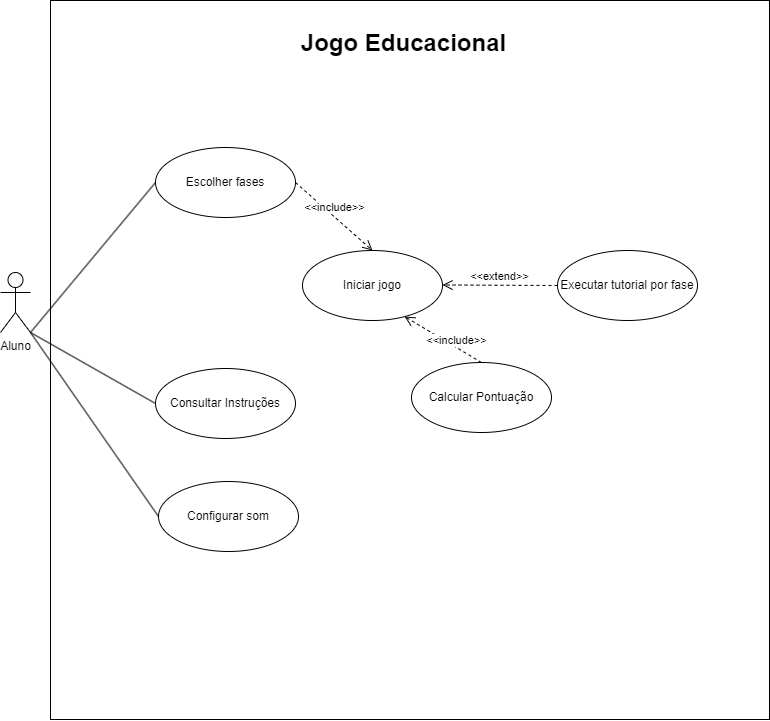
BrendaGarcez/Lixo-no-Lixo keeps this draw.io diagram as JOGOES.drawio.png. Above is the earlier version. Source tidied: cells renumbered, new cells last; positions are measured from the earlier drawing's top-left corner, leaving out a move shared by most shapes.
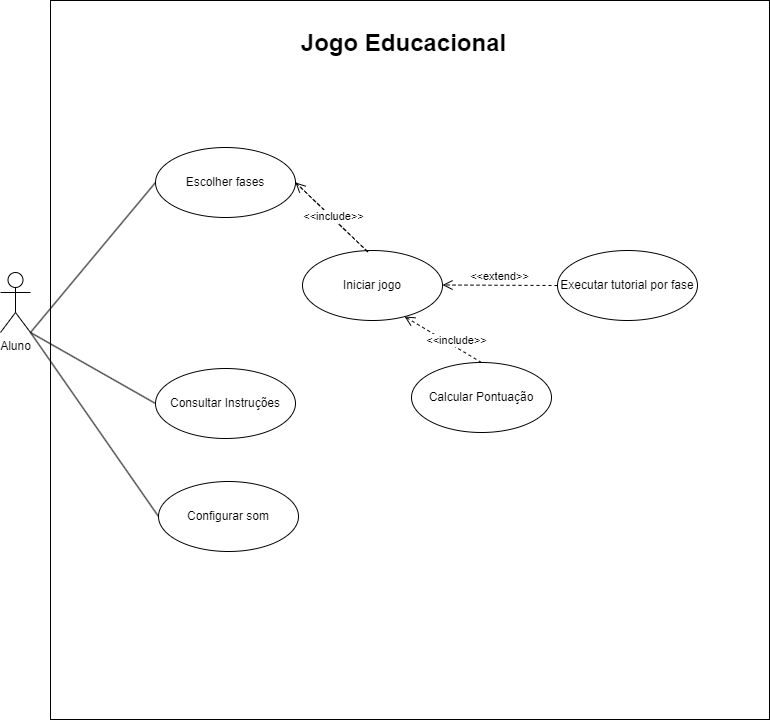
The same diagram one commit later.

The edit, as a diff of the source:
```diff
@@ -29,8 +29,13 @@
     <mxCell id="9" value="Executar tutorial por fase" style="ellipse;whiteSpace=wrap;html=1;" parent="1" vertex="1">
       <mxGeometry x="557" y="250" width="140" height="70" as="geometry" />
     </mxCell>
-    <mxCell id="10" value="&amp;lt;&amp;lt;include&amp;gt;&amp;gt;" style="html=1;verticalAlign=bottom;endArrow=open;dashed=1;endSize=8;curved=0;rounded=0;entryX=0.5;entryY=0;entryDx=0;entryDy=0;exitX=1;exitY=0.5;exitDx=0;exitDy=0;" parent="1" edge="1" source="5" target="8">
-      <mxGeometry relative="1" as="geometry" />
+    <mxCell id="10" value="&amp;lt;&amp;lt;include&amp;gt;&amp;gt;" style="html=1;verticalAlign=bottom;endArrow=open;dashed=1;endSize=8;curved=0;rounded=0;exitX=1;exitY=0.5;exitDx=0;exitDy=0;" parent="1" edge="1" source="5">
+      <mxGeometry x="-0.43" y="-5" relative="1" as="geometry">
+        <mxPoint x="295" y="182" as="targetPoint" />
+        <Array as="points">
+          <mxPoint x="368" y="252" />
+        </Array>
+      </mxGeometry>
     </mxCell>
     <mxCell id="11" value="&amp;lt;&amp;lt;extend&amp;gt;&amp;gt;" style="html=1;verticalAlign=bottom;endArrow=open;dashed=1;endSize=8;curved=0;rounded=0;" parent="1" edge="1" source="9">
       <mxGeometry relative="1" as="geometry">
```
